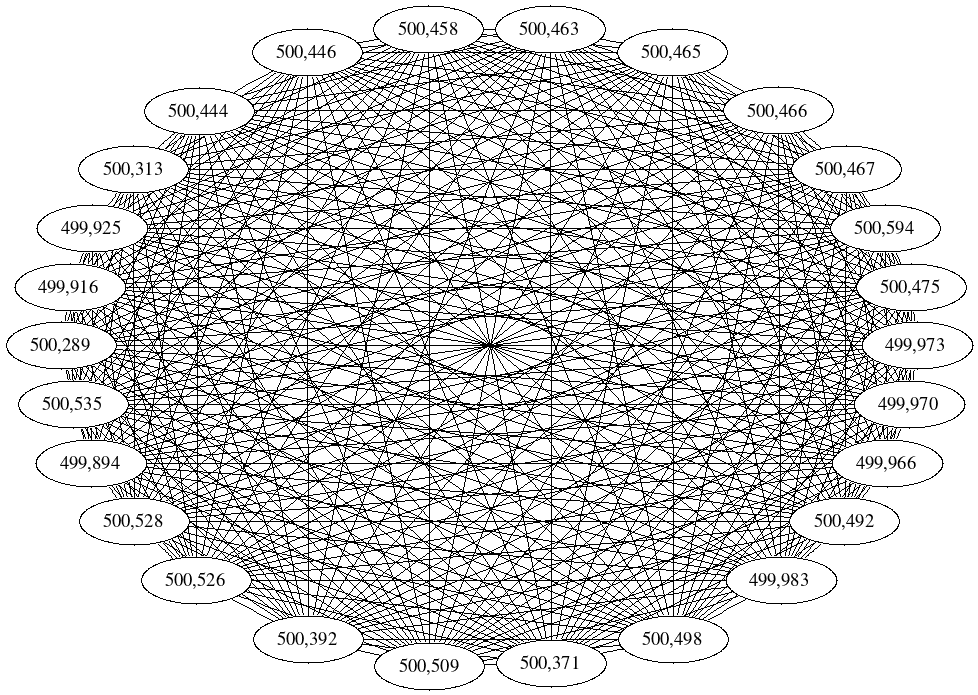
Earlier version of the Graphviz export notebooks/graphs/BACTEROIDALES_cc4.png (fedarko/sheepgut). Its source is kept beside it as notebooks/graphs/BACTEROIDALES_cc4.gv.
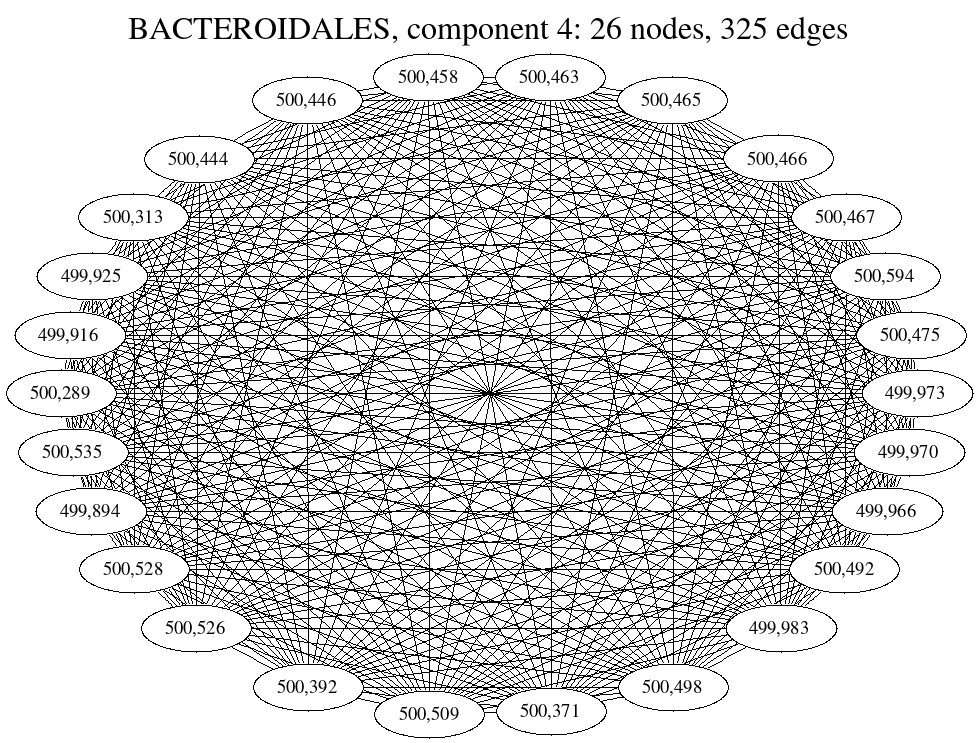
Later version of the same file.

Diff of the diagram source:
```diff
@@ -1,6 +1,9 @@
 graph BACTEROIDALES_cc4 {
 	overlap="prism50";
 	outputorder="edgesfirst";
+	label="BACTEROIDALES, component 4: 26 nodes, 325 edges";
+	labelloc="t";
+	fontsize=24;
 	"499,970" [style="filled", fillcolor="#ffffff", fontcolor="#000000"];
 	"499,973" [style="filled", fillcolor="#ffffff", fontcolor="#000000"];
 	"500,492" [style="filled", fillcolor="#ffffff", fontcolor="#000000"];
```
